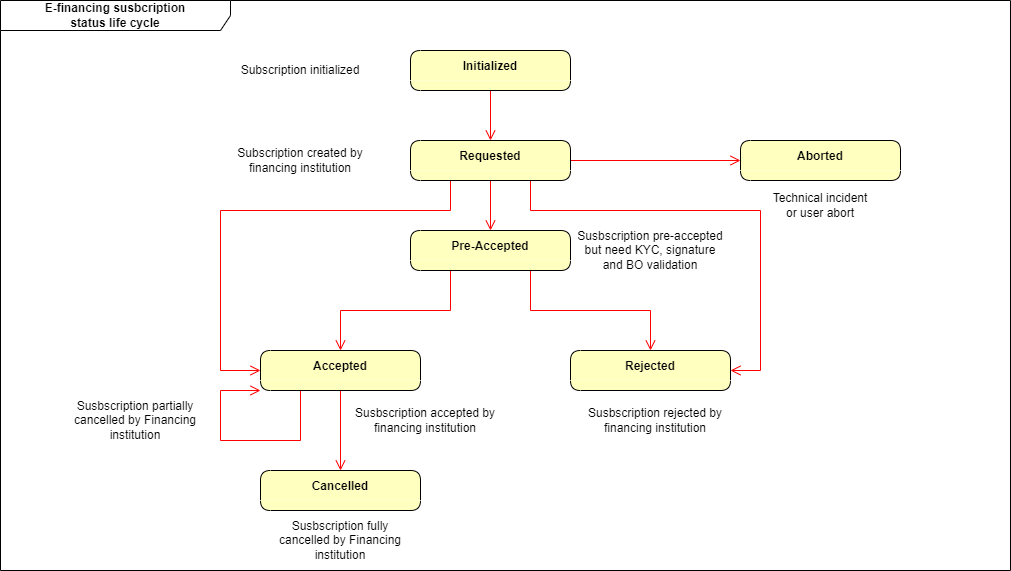
Earlier version of the draw.io export .gitbook/assets/E-financing subscription status life cycle.drawio (1).png (scalexpert/documentation). Source tidied: cells renumbered, new cells last; positions are measured from the earlier drawing's top-left corner, leaving out a move shared by most shapes. Its diagram source:
```xml
<mxGraphModel>
  <root>
    <mxCell id="0" />
    <mxCell id="1" parent="0" />
    <mxCell id="2" value="E-financing susbcription&lt;br&gt;status life cycle" style="shape=umlFrame;whiteSpace=wrap;html=1;width=230;height=30;fillStyle=solid;shadow=0;fontStyle=1;swimlaneFillColor=#FFFFFF;" parent="1" vertex="1">
      <mxGeometry width="1010" height="570" as="geometry" />
    </mxCell>
    <mxCell id="3" style="edgeStyle=orthogonalEdgeStyle;rounded=0;jettySize=auto;html=1;exitX=0.5;exitY=1;exitDx=0;exitDy=0;fontFamily=Helvetica;fontSize=11;fontColor=default;startSize=30;endArrow=open;verticalAlign=bottom;strokeColor=#ff0000;endSize=8;" parent="1" edge="1" source="4" target="9">
      <mxGeometry relative="1" as="geometry" />
    </mxCell>
    <mxCell id="4" value="Initialized" style="swimlane;fontStyle=1;align=center;verticalAlign=middle;horizontal=1;startSize=30;fontColor=#000000;rounded=1;arcSize=30;strokeColor=default;fillColor=#ffffc0;swimlaneFillColor=#ffffc0;swimlaneLine=0;" parent="1" vertex="1">
      <mxGeometry x="410" y="50" width="160" height="40" as="geometry" />
    </mxCell>
    <mxCell id="5" style="edgeStyle=orthogonalEdgeStyle;rounded=0;jettySize=auto;html=1;exitX=0.5;exitY=1;exitDx=0;exitDy=0;fontFamily=Helvetica;fontSize=11;fontColor=default;startSize=30;endArrow=open;verticalAlign=bottom;strokeColor=#ff0000;endSize=8;" parent="1" edge="1" source="9" target="12">
      <mxGeometry relative="1" as="geometry" />
    </mxCell>
    <mxCell id="6" style="edgeStyle=orthogonalEdgeStyle;rounded=0;jettySize=auto;html=1;exitX=1;exitY=0.5;exitDx=0;exitDy=0;fontFamily=Helvetica;fontSize=11;fontColor=default;startSize=30;endArrow=open;verticalAlign=bottom;strokeColor=#ff0000;endSize=8;" parent="1" edge="1" source="9" target="18">
      <mxGeometry relative="1" as="geometry" />
    </mxCell>
    <mxCell id="7" style="edgeStyle=orthogonalEdgeStyle;rounded=0;jettySize=auto;html=1;exitX=0.75;exitY=1;exitDx=0;exitDy=0;entryX=1;entryY=0.5;entryDx=0;entryDy=0;fontFamily=Helvetica;fontSize=11;fontColor=default;startSize=30;endArrow=open;verticalAlign=bottom;strokeColor=#ff0000;endSize=8;" parent="1" edge="1" source="9" target="16">
      <mxGeometry relative="1" as="geometry">
        <Array as="points">
          <mxPoint x="530" y="210" />
          <mxPoint x="760" y="210" />
          <mxPoint x="760" y="370" />
        </Array>
      </mxGeometry>
    </mxCell>
    <mxCell id="8" style="edgeStyle=orthogonalEdgeStyle;rounded=0;jettySize=auto;html=1;exitX=0.25;exitY=1;exitDx=0;exitDy=0;entryX=0;entryY=0.5;entryDx=0;entryDy=0;fontFamily=Helvetica;fontSize=11;fontColor=default;startSize=30;endArrow=open;verticalAlign=bottom;strokeColor=#ff0000;endSize=8;" parent="1" edge="1" source="9" target="15">
      <mxGeometry relative="1" as="geometry">
        <Array as="points">
          <mxPoint x="450" y="210" />
          <mxPoint x="220" y="210" />
          <mxPoint x="220" y="370" />
        </Array>
      </mxGeometry>
    </mxCell>
    <mxCell id="9" value="Requested" style="swimlane;fontStyle=1;align=center;verticalAlign=middle;horizontal=1;startSize=30;fontColor=#000000;rounded=1;arcSize=30;strokeColor=default;fillColor=#ffffc0;swimlaneFillColor=#ffffc0;swimlaneLine=0;" parent="1" vertex="1">
      <mxGeometry x="410" y="140" width="160" height="40" as="geometry" />
    </mxCell>
    <mxCell id="10" style="edgeStyle=orthogonalEdgeStyle;rounded=0;jettySize=auto;html=1;exitX=0.25;exitY=1;exitDx=0;exitDy=0;fontFamily=Helvetica;fontSize=11;fontColor=default;startSize=30;endArrow=open;verticalAlign=bottom;strokeColor=#ff0000;endSize=8;" parent="1" edge="1" source="12" target="15">
      <mxGeometry relative="1" as="geometry" />
    </mxCell>
    <mxCell id="11" style="edgeStyle=orthogonalEdgeStyle;rounded=0;jettySize=auto;html=1;exitX=0.75;exitY=1;exitDx=0;exitDy=0;fontFamily=Helvetica;fontSize=11;fontColor=default;startSize=30;endArrow=open;verticalAlign=bottom;strokeColor=#ff0000;endSize=8;" parent="1" edge="1" source="12" target="16">
      <mxGeometry relative="1" as="geometry" />
    </mxCell>
    <mxCell id="12" value="Pre-Accepted" style="swimlane;fontStyle=1;align=center;verticalAlign=middle;horizontal=1;startSize=30;fontColor=#000000;rounded=1;arcSize=30;strokeColor=default;fillColor=#ffffc0;swimlaneFillColor=#ffffc0;swimlaneLine=0;" parent="1" vertex="1">
      <mxGeometry x="410" y="230" width="160" height="40" as="geometry" />
    </mxCell>
    <mxCell id="13" style="edgeStyle=orthogonalEdgeStyle;rounded=0;jettySize=auto;html=1;fontFamily=Helvetica;fontSize=11;fontColor=default;startSize=30;endArrow=open;verticalAlign=bottom;strokeColor=#ff0000;endSize=8;" parent="1" edge="1" source="15" target="17">
      <mxGeometry relative="1" as="geometry" />
    </mxCell>
    <mxCell id="14" style="edgeStyle=orthogonalEdgeStyle;rounded=0;orthogonalLoop=1;jettySize=auto;html=1;exitX=0.25;exitY=1;exitDx=0;exitDy=0;fontFamily=Helvetica;fontSize=11;fontColor=default;startSize=30;entryX=0;entryY=1;entryDx=0;entryDy=0;endArrow=open;verticalAlign=bottom;strokeColor=#ff0000;endSize=8;" parent="1" edge="1" source="15" target="15">
      <mxGeometry relative="1" as="geometry">
        <Array as="points">
          <mxPoint x="300" y="440" />
          <mxPoint x="220" y="440" />
          <mxPoint x="220" y="390" />
        </Array>
      </mxGeometry>
    </mxCell>
    <mxCell id="15" value="Accepted" style="swimlane;fontStyle=1;align=center;verticalAlign=middle;horizontal=1;startSize=30;fontColor=#000000;rounded=1;arcSize=30;strokeColor=default;fillColor=#ffffc0;swimlaneFillColor=#ffffc0;swimlaneLine=0;" parent="1" vertex="1">
      <mxGeometry x="260" y="350" width="160" height="40" as="geometry" />
    </mxCell>
    <mxCell id="16" value="Rejected" style="swimlane;fontStyle=1;align=center;verticalAlign=middle;horizontal=1;startSize=30;fontColor=#000000;rounded=1;arcSize=30;strokeColor=default;fillColor=#ffffc0;swimlaneFillColor=#ffffc0;swimlaneLine=0;" parent="1" vertex="1">
      <mxGeometry x="570" y="350" width="160" height="40" as="geometry" />
    </mxCell>
    <mxCell id="17" value="Cancelled" style="swimlane;fontStyle=1;align=center;verticalAlign=middle;horizontal=1;startSize=30;fontColor=#000000;rounded=1;arcSize=30;strokeColor=default;fillColor=#ffffc0;swimlaneFillColor=#ffffc0;swimlaneLine=0;" parent="1" vertex="1">
      <mxGeometry x="260" y="470" width="160" height="40" as="geometry" />
    </mxCell>
    <mxCell id="18" value="Aborted" style="swimlane;fontStyle=1;align=center;verticalAlign=middle;horizontal=1;startSize=30;fontColor=#000000;rounded=1;arcSize=30;strokeColor=default;fillColor=#ffffc0;swimlaneFillColor=#ffffc0;swimlaneLine=0;" parent="1" vertex="1">
      <mxGeometry x="740" y="140" width="160" height="40" as="geometry" />
    </mxCell>
    <mxCell id="19" value="Technical incident or user abort" style="text;html=1;strokeColor=none;fillColor=none;align=center;verticalAlign=middle;whiteSpace=wrap;rounded=0;fontFamily=Helvetica;fontSize=12;fontColor=#000000;startSize=30;" parent="1" vertex="1">
      <mxGeometry x="770" y="190" width="100" height="30" as="geometry" />
    </mxCell>
    <mxCell id="20" value="Susbscription pre-accepted but need KYC, signature and BO validation" style="text;html=1;strokeColor=none;fillColor=none;align=center;verticalAlign=middle;whiteSpace=wrap;rounded=0;fontFamily=Helvetica;fontSize=12;fontColor=#000000;startSize=30;" parent="1" vertex="1">
      <mxGeometry x="575" y="230" width="150" height="40" as="geometry" />
    </mxCell>
    <mxCell id="21" value="Susbscription rejected by financing institution" style="text;html=1;strokeColor=none;fillColor=none;align=center;verticalAlign=middle;whiteSpace=wrap;rounded=0;fontFamily=Helvetica;fontSize=12;fontColor=#000000;startSize=30;" parent="1" vertex="1">
      <mxGeometry x="580" y="400" width="150" height="40" as="geometry" />
    </mxCell>
    <mxCell id="22" value="Susbscription accepted by financing institution" style="text;html=1;strokeColor=none;fillColor=none;align=center;verticalAlign=middle;whiteSpace=wrap;rounded=0;fontFamily=Helvetica;fontSize=12;fontColor=#000000;startSize=30;" parent="1" vertex="1">
      <mxGeometry x="350" y="400" width="150" height="40" as="geometry" />
    </mxCell>
    <mxCell id="23" value="Susbscription fully cancelled by Financing institution" style="text;html=1;strokeColor=none;fillColor=none;align=center;verticalAlign=middle;whiteSpace=wrap;rounded=0;fontFamily=Helvetica;fontSize=12;fontColor=#000000;startSize=30;" parent="1" vertex="1">
      <mxGeometry x="265" y="520" width="150" height="40" as="geometry" />
    </mxCell>
    <mxCell id="24" value="Susbscription partially cancelled by Financing institution" style="text;html=1;strokeColor=none;fillColor=none;align=center;verticalAlign=middle;whiteSpace=wrap;rounded=0;fontFamily=Helvetica;fontSize=12;fontColor=#000000;startSize=30;" parent="1" vertex="1">
      <mxGeometry x="60" y="400" width="150" height="40" as="geometry" />
    </mxCell>
    <mxCell id="25" value="Subscription created by financing institution" style="text;html=1;strokeColor=none;fillColor=none;align=center;verticalAlign=middle;whiteSpace=wrap;rounded=0;fontFamily=Helvetica;fontSize=12;fontColor=#000000;startSize=30;" parent="1" vertex="1">
      <mxGeometry x="230" y="145" width="140" height="30" as="geometry" />
    </mxCell>
    <mxCell id="26" value="Subscription initialized" style="text;html=1;strokeColor=none;fillColor=none;align=center;verticalAlign=middle;whiteSpace=wrap;rounded=0;fontFamily=Helvetica;fontSize=12;fontColor=#000000;startSize=30;" parent="1" vertex="1">
      <mxGeometry x="230" y="55" width="140" height="30" as="geometry" />
    </mxCell>
  </root>
</mxGraphModel>
```
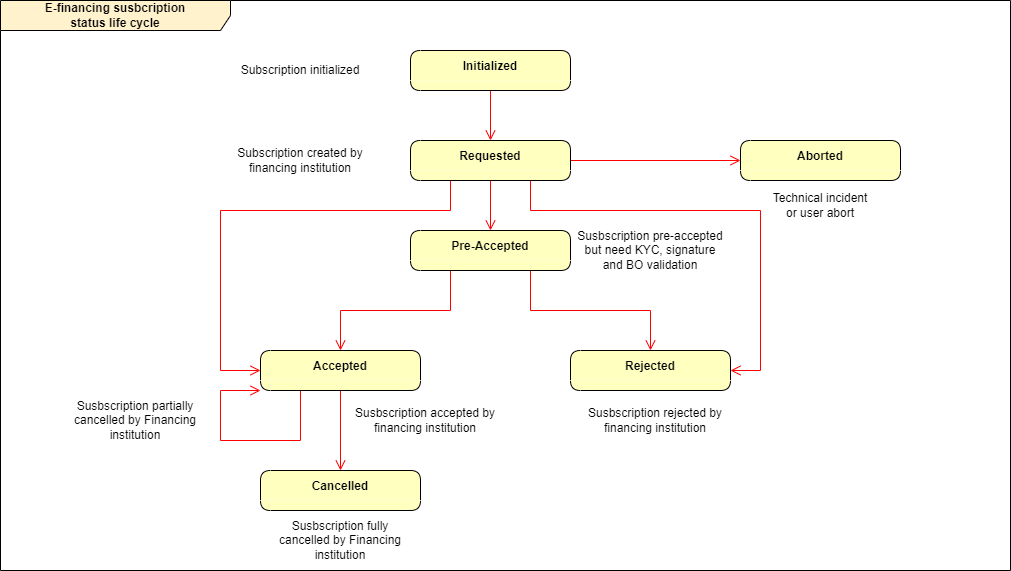
The same file after the commit.

The edit, as a diff of the source:
```diff
@@ -2,7 +2,7 @@
   <root>
     <mxCell id="0" />
     <mxCell id="1" parent="0" />
-    <mxCell id="2" value="E-financing susbcription&lt;br&gt;status life cycle" style="shape=umlFrame;whiteSpace=wrap;html=1;width=230;height=30;fillStyle=solid;shadow=0;fontStyle=1;swimlaneFillColor=#FFFFFF;" parent="1" vertex="1">
+    <mxCell id="2" value="E-financing susbcription&lt;br&gt;status life cycle" style="shape=umlFrame;whiteSpace=wrap;html=1;width=230;height=30;fillStyle=solid;shadow=0;fillColor=#fff2cc;strokeColor=default;fontStyle=1;swimlaneFillColor=none;" parent="1" vertex="1">
       <mxGeometry width="1010" height="570" as="geometry" />
     </mxCell>
     <mxCell id="3" style="edgeStyle=orthogonalEdgeStyle;rounded=0;jettySize=auto;html=1;exitX=0.5;exitY=1;exitDx=0;exitDy=0;fontFamily=Helvetica;fontSize=11;fontColor=default;startSize=30;endArrow=open;verticalAlign=bottom;strokeColor=#ff0000;endSize=8;" parent="1" edge="1" source="4" target="9">
```
